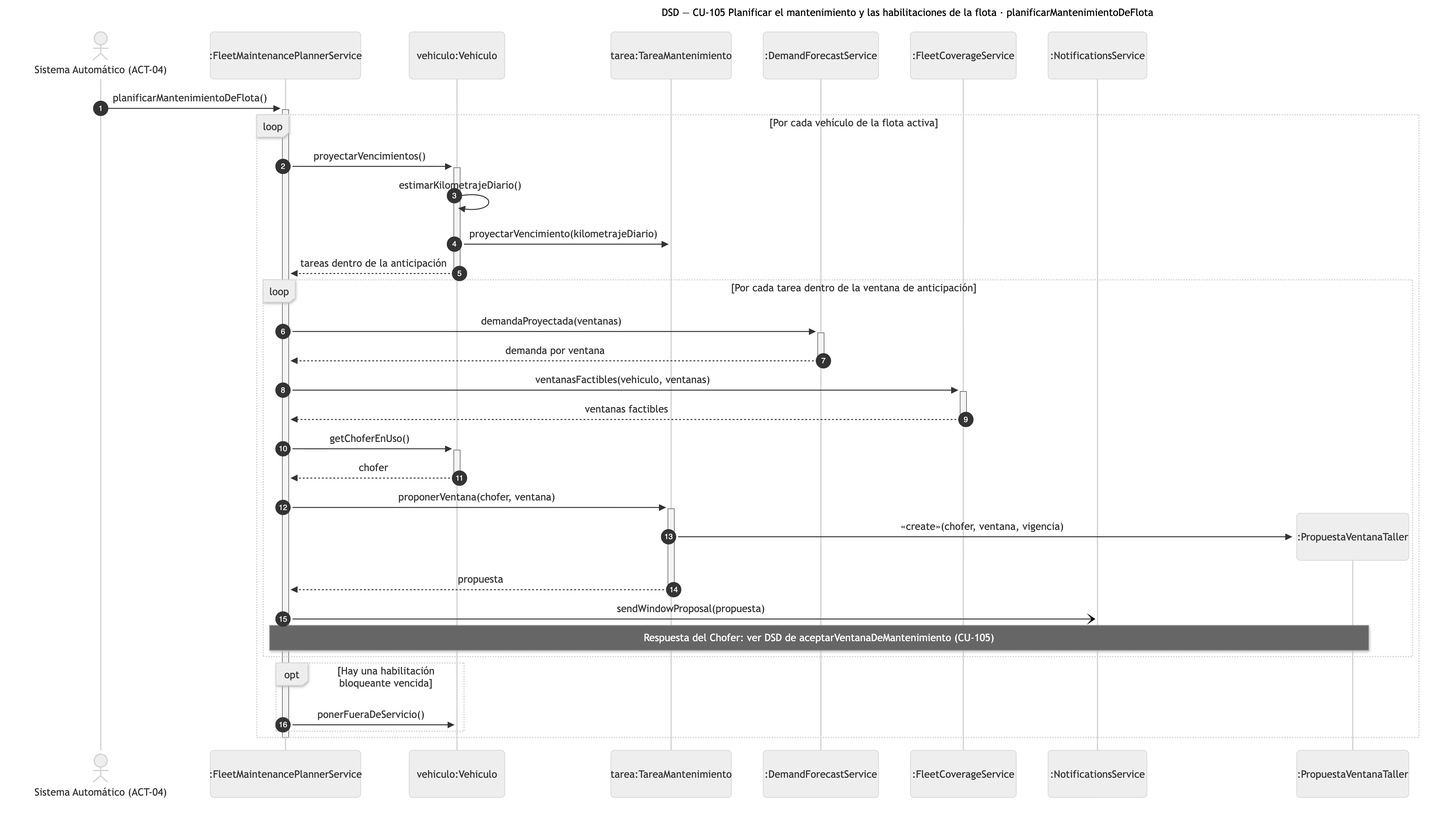
Above: diagramas/png/DSD_CU-105_planificarMantenimientoDeFlota.png in Nahuelito-Dev/splg-docs (Mermaid), before the change. Its source is kept beside it as diagramas/DSD_CU-105_planificarMantenimientoDeFlota.mmd.
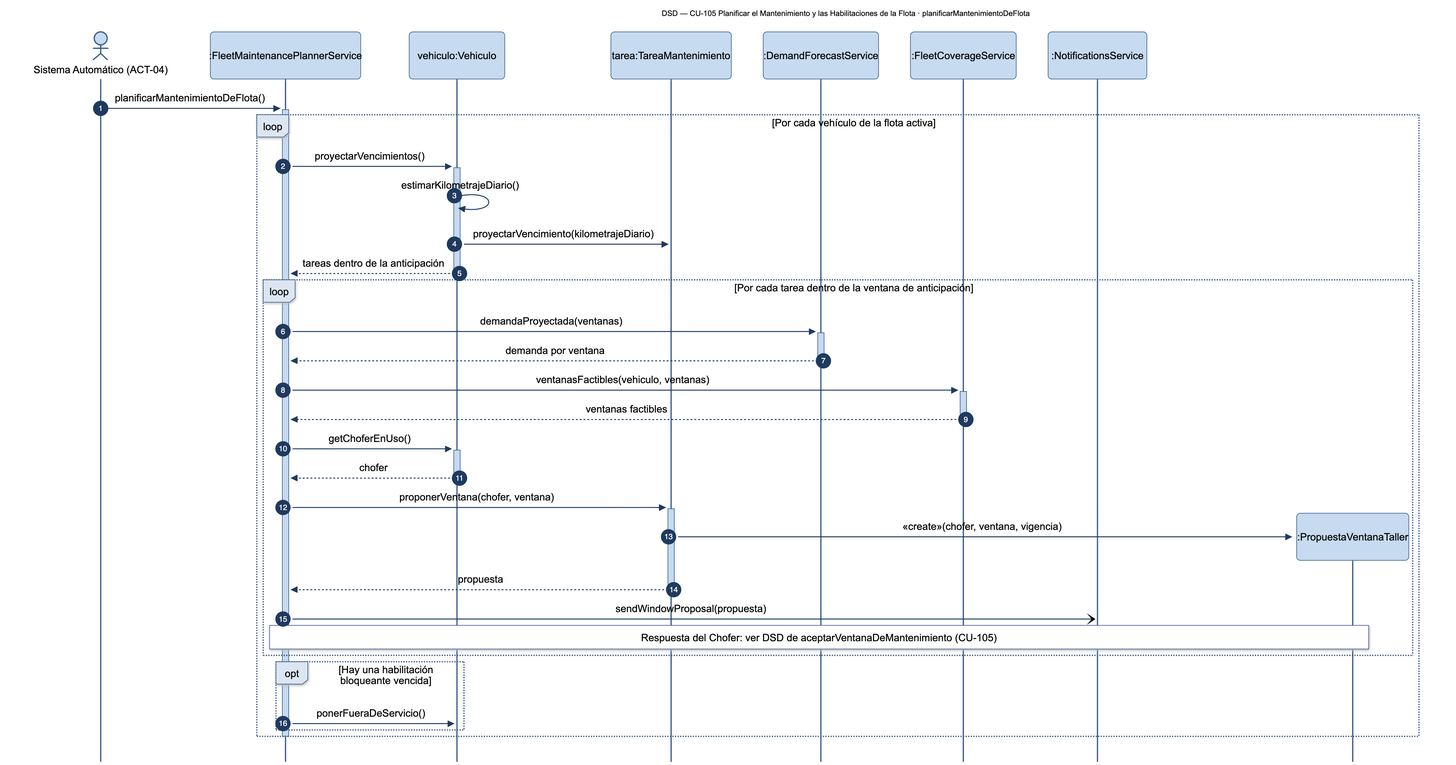
Later version of the same file.

Change to the diagram source:
```diff
@@ -1,5 +1,5 @@
 sequenceDiagram
-    title DSD — CU-105 Planificar el mantenimiento y las habilitaciones de la flota · planificarMantenimientoDeFlota
+    title DSD — CU-105 Planificar el Mantenimiento y las Habilitaciones de la Flota · planificarMantenimientoDeFlota
     autonumber
     actor SIS as Sistema Automático (ACT-04)
     participant PLN as :FleetMaintenancePlannerService
```
